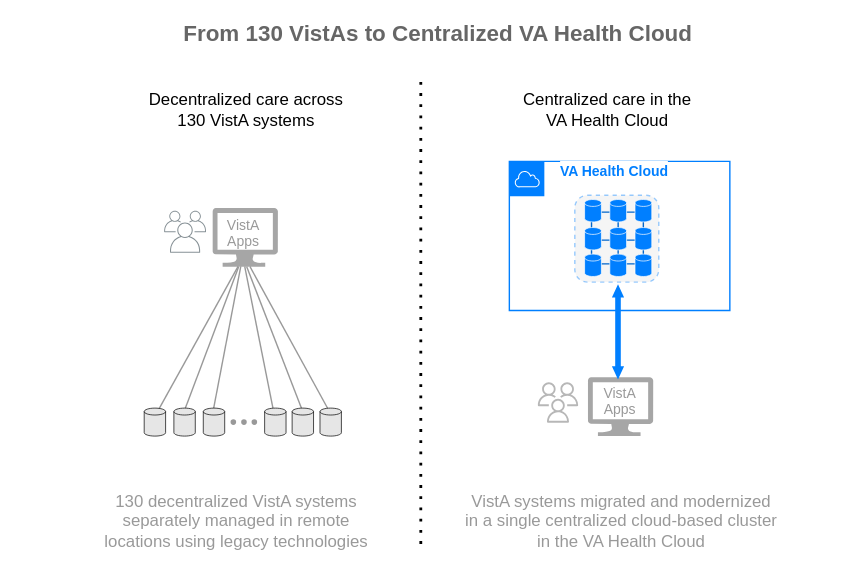
Above: img/vista-to-vaec-4.svg in cloudvista/vaa (draw.io), before the change. Source tidied: cells renumbered, new cells last; positions are measured from the earlier drawing's top-left corner, leaving out a move shared by most shapes. The source it was exported from:
```xml
<mxGraphModel>
  <root>
    <mxCell id="0" />
    <mxCell id="1" parent="0" />
    <mxCell id="2" style="rounded=0;whiteSpace=wrap;html=1;fontColor=#0066CC;strokeColor=none;" parent="1" vertex="1">
      <mxGeometry width="600" height="418" as="geometry" />
    </mxCell>
    <mxCell id="3" style="endArrow=none;html=1;strokeColor=#999999;exitX=0.49;exitY=0.193;exitDx=0;exitDy=0;exitPerimeter=0;" parent="1" edge="1" source="33">
      <mxGeometry relative="1" as="geometry">
        <mxPoint x="178" y="190" as="targetPoint" />
      </mxGeometry>
    </mxCell>
    <mxCell id="4" style="endArrow=none;html=1;strokeColor=#999999;exitX=0.615;exitY=0.132;exitDx=0;exitDy=0;exitPerimeter=0;" parent="1" edge="1" source="20">
      <mxGeometry relative="1" as="geometry">
        <mxPoint x="169.4" y="190" as="targetPoint" />
      </mxGeometry>
    </mxCell>
    <mxCell id="5" style="endArrow=none;html=1;strokeColor=#999999;exitX=0.472;exitY=0.132;exitDx=0;exitDy=0;exitPerimeter=0;" parent="1" edge="1" source="18">
      <mxGeometry relative="1" as="geometry">
        <mxPoint x="169.9" y="190" as="targetPoint" />
      </mxGeometry>
    </mxCell>
    <mxCell id="6" style="endArrow=none;html=1;exitX=0.47;exitY=0.063;exitDx=0;exitDy=0;exitPerimeter=0;strokeColor=#999999;" parent="1" edge="1" source="19">
      <mxGeometry relative="1" as="geometry">
        <mxPoint x="171.4" y="190" as="targetPoint" />
      </mxGeometry>
    </mxCell>
    <mxCell id="7" style="endArrow=none;html=1;strokeColor=#999999;exitX=0.428;exitY=0.156;exitDx=0;exitDy=0;exitPerimeter=0;" parent="1" edge="1" source="21">
      <mxGeometry relative="1" as="geometry">
        <mxPoint x="174.2" y="190" as="targetPoint" />
      </mxGeometry>
    </mxCell>
    <mxCell id="8" style="endArrow=none;html=1;strokeColor=#999999;exitX=0.463;exitY=0.063;exitDx=0;exitDy=0;exitPerimeter=0;" parent="1" edge="1" source="22">
      <mxGeometry relative="1" as="geometry">
        <mxPoint x="175.7" y="190" as="targetPoint" />
      </mxGeometry>
    </mxCell>
    <mxCell id="9" style="endArrow=none;dashed=1;html=1;dashPattern=1 3;strokeWidth=2;" parent="1" edge="1">
      <mxGeometry relative="1" as="geometry">
        <mxPoint x="300" y="388" as="sourcePoint" />
        <mxPoint x="300" y="58" as="targetPoint" />
      </mxGeometry>
    </mxCell>
    <mxCell id="10" value="&lt;font color=&quot;#666666&quot; style=&quot;font-size: 16px;&quot;&gt;&lt;b style=&quot;&quot;&gt;From 130 VistAs to&amp;nbsp;Centralized VA Health Cloud&lt;/b&gt;&lt;/font&gt;" style="text;html=1;align=center;verticalAlign=middle;strokeColor=none;fillColor=none;" parent="1" vertex="1">
      <mxGeometry x="116.6" y="8" width="390" height="30" as="geometry" />
    </mxCell>
    <mxCell id="11" value="Centralized care in the&lt;br&gt;VA Health Cloud" style="text;html=1;align=center;verticalAlign=middle;strokeColor=none;fillColor=none;" parent="1" vertex="1">
      <mxGeometry x="363.2" y="58" width="140" height="40" as="geometry" />
    </mxCell>
    <mxCell id="12" style="sketch=0;shadow=0;dashed=0;html=1;strokeColor=none;labelPosition=center;verticalLabelPosition=bottom;verticalAlign=top;align=center;fillColor=#808080;shape=mxgraph.azure.computer;strokeWidth=2;opacity=70;" parent="1" vertex="1">
      <mxGeometry x="419.3" y="269" width="46.7" height="42" as="geometry" />
    </mxCell>
    <mxCell id="13" style="sketch=0;fontColor=#232F3E;gradientColor=none;strokeColor=#999999;fillColor=#ffffff;dashed=0;verticalLabelPosition=bottom;verticalAlign=top;align=center;html=1;fontSize=12;fontStyle=0;shape=mxgraph.aws4.resourceIcon;resIcon=mxgraph.aws4.users;strokeWidth=2;opacity=70;" parent="1" vertex="1">
      <mxGeometry x="380" y="269" width="36" height="36" as="geometry" />
    </mxCell>
    <mxCell id="14" value="&lt;font color=&quot;#999999&quot;&gt;VistA&lt;br style=&quot;font-size: 10px;&quot;&gt;Apps&lt;/font&gt;" style="text;html=1;align=center;verticalAlign=middle;strokeColor=none;fillColor=none;fontSize=10;" parent="1" vertex="1">
      <mxGeometry x="417" y="266" width="50" height="40" as="geometry" />
    </mxCell>
    <mxCell id="15" value="Decentralized care across &lt;br&gt;130 VistA systems&lt;br&gt;" style="text;html=1;align=center;verticalAlign=middle;strokeColor=none;fillColor=none;" parent="1" vertex="1">
      <mxGeometry x="94.6" y="58" width="160" height="40" as="geometry" />
    </mxCell>
    <mxCell id="16" style="shape=flexArrow;endArrow=classic;startArrow=classic;html=1;endWidth=3.7288135593220337;endSize=2.8084745762711862;startWidth=3.7288135593220337;startSize=2.8084745762711862;width=4;fillColor=#007FFF;strokeColor=none;" parent="1" edge="1">
      <mxGeometry relative="1" as="geometry">
        <mxPoint x="440.9" y="271" as="sourcePoint" />
        <mxPoint x="440.9" y="202" as="targetPoint" />
      </mxGeometry>
    </mxCell>
    <mxCell id="17" value="&lt;font color=&quot;#999999&quot;&gt;VistA&lt;br&gt;Apps&lt;/font&gt;" style="text;html=1;align=center;verticalAlign=middle;strokeColor=none;fillColor=none;fontSize=10;" parent="1" vertex="1">
      <mxGeometry x="147.6" y="146" width="50" height="40" as="geometry" />
    </mxCell>
    <mxCell id="18" style="shape=cylinder3;whiteSpace=wrap;html=1;boundedLbl=1;backgroundOutline=1;size=2.4705882352940876;strokeColor=#000000;strokeWidth=0.5;fillColor=#E6E6E6;gradientColor=none;" parent="1" vertex="1">
      <mxGeometry x="123.6" y="291" width="15.3" height="20" as="geometry" />
    </mxCell>
    <mxCell id="19" style="shape=cylinder3;whiteSpace=wrap;html=1;boundedLbl=1;backgroundOutline=1;size=2.4705882352940876;strokeColor=#000000;strokeWidth=0.5;fillColor=#E6E6E6;gradientColor=none;" parent="1" vertex="1">
      <mxGeometry x="144.6" y="291" width="15.3" height="20" as="geometry" />
    </mxCell>
    <mxCell id="20" style="shape=cylinder3;whiteSpace=wrap;html=1;boundedLbl=1;backgroundOutline=1;size=2.4705882352940876;strokeColor=#000000;strokeWidth=0.5;fillColor=#E6E6E6;gradientColor=none;" parent="1" vertex="1">
      <mxGeometry x="102.4" y="291" width="15.3" height="20" as="geometry" />
    </mxCell>
    <mxCell id="21" style="shape=cylinder3;whiteSpace=wrap;html=1;boundedLbl=1;backgroundOutline=1;size=2.4705882352940876;strokeColor=#000000;strokeWidth=0.5;fillColor=#E6E6E6;gradientColor=none;" parent="1" vertex="1">
      <mxGeometry x="188.4" y="291" width="15.3" height="20" as="geometry" />
    </mxCell>
    <mxCell id="22" style="shape=cylinder3;whiteSpace=wrap;html=1;boundedLbl=1;backgroundOutline=1;size=2.4705882352940876;strokeColor=#000000;strokeWidth=0.5;fillColor=#E6E6E6;gradientColor=none;" parent="1" vertex="1">
      <mxGeometry x="208.1" y="291" width="15.3" height="20" as="geometry" />
    </mxCell>
    <mxCell id="23" value="130 decentralized VistA systems&lt;br&gt;separately managed in remote&lt;br&gt;locations using legacy technologies" style="text;html=1;align=center;verticalAlign=middle;strokeColor=none;fillColor=none;fontColor=#999999;" parent="1" vertex="1">
      <mxGeometry x="62.9" y="342" width="210" height="60" as="geometry" />
    </mxCell>
    <mxCell id="24" value="VistA systems migrated and modernized&lt;br&gt;in a single centralized cloud-based cluster&lt;br&gt;in the VA Health Cloud" style="text;html=1;align=center;verticalAlign=middle;strokeColor=none;fillColor=none;fontColor=#999999;" parent="1" vertex="1">
      <mxGeometry x="317.7" y="342" width="250" height="60" as="geometry" />
    </mxCell>
    <mxCell id="25" style="group;" parent="1" vertex="1">
      <mxGeometry x="164.1" y="299" width="19" height="4" as="geometry" />
    </mxCell>
    <mxCell id="26" style="ellipse;whiteSpace=wrap;html=1;fillColor=#999999;strokeColor=none;" parent="25" vertex="1">
      <mxGeometry width="4" height="4" as="geometry" />
    </mxCell>
    <mxCell id="27" style="ellipse;whiteSpace=wrap;html=1;fillColor=#999999;strokeColor=none;" parent="25" vertex="1">
      <mxGeometry x="7.6" width="4" height="4" as="geometry" />
    </mxCell>
    <mxCell id="28" style="ellipse;whiteSpace=wrap;html=1;fillColor=#999999;strokeColor=none;" parent="25" vertex="1">
      <mxGeometry x="15" width="4" height="4" as="geometry" />
    </mxCell>
    <mxCell id="29" style="sketch=0;gradientColor=none;fontColor=#545B64;strokeColor=none;fillColor=#879196;dashed=0;verticalLabelPosition=bottom;verticalAlign=top;align=center;html=1;fontSize=12;fontStyle=0;shape=mxgraph.aws4.illustration_users;" parent="1" vertex="1">
      <mxGeometry x="116.6" y="150" width="30" height="30" as="geometry" />
    </mxCell>
    <mxCell id="30" style="gradientColor=none;html=1;whiteSpace=wrap;fontSize=12;fontStyle=0;shape=mxgraph.aws4.group;grIcon=mxgraph.aws4.group_aws_cloud;strokeColor=#007FFF;fillColor=none;verticalAlign=top;align=left;spacingLeft=30;fontColor=#232F3E;dashed=0;" parent="1" vertex="1">
      <mxGeometry x="363.2" y="114.8" width="157.5" height="106.5" as="geometry" />
    </mxCell>
    <mxCell id="31" value="&lt;b&gt;&lt;font color=&quot;#007fff&quot; style=&quot;font-size: 10px;&quot;&gt;VA Health Cloud&lt;/font&gt;&lt;/b&gt;" style="text;html=1;align=center;verticalAlign=middle;strokeColor=none;fillColor=none;fontColor=#0066CC;labelBackgroundColor=default;" parent="30" vertex="1">
      <mxGeometry x="25" y="-7.8" width="100" height="30" as="geometry" />
    </mxCell>
    <mxCell id="32" style="sketch=0;shadow=0;dashed=0;html=1;strokeColor=none;labelPosition=center;verticalLabelPosition=bottom;verticalAlign=top;align=center;fillColor=#808080;shape=mxgraph.azure.computer;strokeWidth=2;opacity=70;" parent="1" vertex="1">
      <mxGeometry x="151.3" y="148" width="46.7" height="42" as="geometry" />
    </mxCell>
    <mxCell id="33" style="shape=cylinder3;whiteSpace=wrap;html=1;boundedLbl=1;backgroundOutline=1;size=2.4705882352940876;strokeColor=#000000;strokeWidth=0.5;fillColor=#E6E6E6;gradientColor=none;" parent="1" vertex="1">
      <mxGeometry x="228" y="291" width="15.3" height="20" as="geometry" />
    </mxCell>
    <mxCell id="34" style="group;" parent="1" vertex="1">
      <mxGeometry x="410" y="139" width="60" height="62" as="geometry" />
    </mxCell>
    <mxCell id="35" style="rounded=1;whiteSpace=wrap;html=1;strokeColor=#007FFF;fontColor=#999999;fillColor=#E6E6E6;opacity=40;dashed=1;" parent="34" vertex="1">
      <mxGeometry width="60" height="62" as="geometry" />
    </mxCell>
    <mxCell id="36" style="endArrow=none;html=1;fontColor=#999999;strokeColor=#0066CC;strokeWidth=1;" parent="34" edge="1">
      <mxGeometry relative="1" as="geometry">
        <mxPoint x="12" y="46" as="sourcePoint" />
        <mxPoint x="12" y="16" as="targetPoint" />
      </mxGeometry>
    </mxCell>
    <mxCell id="37" style="endArrow=none;html=1;fontColor=#999999;strokeColor=#0066CC;strokeWidth=1;" parent="34" edge="1">
      <mxGeometry relative="1" as="geometry">
        <mxPoint x="31" y="49" as="sourcePoint" />
        <mxPoint x="31" y="19" as="targetPoint" />
      </mxGeometry>
    </mxCell>
    <mxCell id="38" style="endArrow=none;html=1;fontColor=#999999;strokeColor=#0066CC;strokeWidth=1;" parent="34" edge="1">
      <mxGeometry relative="1" as="geometry">
        <mxPoint x="49" y="47" as="sourcePoint" />
        <mxPoint x="49" y="17" as="targetPoint" />
      </mxGeometry>
    </mxCell>
    <mxCell id="39" style="endArrow=none;html=1;fontColor=#999999;strokeColor=#0066CC;strokeWidth=1;" parent="34" edge="1">
      <mxGeometry relative="1" as="geometry">
        <mxPoint x="16" y="12" as="sourcePoint" />
        <mxPoint x="46" y="12" as="targetPoint" />
      </mxGeometry>
    </mxCell>
    <mxCell id="40" style="shape=cylinder3;whiteSpace=wrap;html=1;boundedLbl=1;backgroundOutline=1;size=2.4705882352940876;strokeColor=#FFFFFF;strokeWidth=0.5;fillColor=#007FFF;gradientColor=none;" parent="34" vertex="1">
      <mxGeometry x="7" y="3" width="12" height="16" as="geometry" />
    </mxCell>
    <mxCell id="41" style="shape=cylinder3;whiteSpace=wrap;html=1;boundedLbl=1;backgroundOutline=1;size=2.4705882352940876;strokeColor=#FFFFFF;strokeWidth=0.5;fillColor=#007FFF;gradientColor=none;" parent="34" vertex="1">
      <mxGeometry x="25" y="3" width="12" height="16" as="geometry" />
    </mxCell>
    <mxCell id="42" style="shape=cylinder3;whiteSpace=wrap;html=1;boundedLbl=1;backgroundOutline=1;size=2.4705882352940876;strokeColor=#FFFFFF;strokeWidth=0.5;fillColor=#007FFF;gradientColor=none;" parent="34" vertex="1">
      <mxGeometry x="43" y="3" width="12" height="16" as="geometry" />
    </mxCell>
    <mxCell id="43" style="endArrow=none;html=1;fontColor=#999999;strokeColor=#0066CC;strokeWidth=1;" parent="34" edge="1">
      <mxGeometry relative="1" as="geometry">
        <mxPoint x="16" y="32" as="sourcePoint" />
        <mxPoint x="46" y="32" as="targetPoint" />
      </mxGeometry>
    </mxCell>
    <mxCell id="44" style="shape=cylinder3;whiteSpace=wrap;html=1;boundedLbl=1;backgroundOutline=1;size=2.4705882352940876;strokeColor=#FFFFFF;strokeWidth=0.5;fillColor=#007FFF;gradientColor=none;" parent="34" vertex="1">
      <mxGeometry x="7" y="23" width="12" height="16" as="geometry" />
    </mxCell>
    <mxCell id="45" style="shape=cylinder3;whiteSpace=wrap;html=1;boundedLbl=1;backgroundOutline=1;size=2.4705882352940876;strokeColor=#FFFFFF;strokeWidth=0.5;fillColor=#007FFF;gradientColor=none;" parent="34" vertex="1">
      <mxGeometry x="25" y="23" width="12" height="16" as="geometry" />
    </mxCell>
    <mxCell id="46" style="shape=cylinder3;whiteSpace=wrap;html=1;boundedLbl=1;backgroundOutline=1;size=2.4705882352940876;strokeColor=#FFFFFF;strokeWidth=0.5;fillColor=#007FFF;gradientColor=none;" parent="34" vertex="1">
      <mxGeometry x="43" y="23" width="12" height="16" as="geometry" />
    </mxCell>
    <mxCell id="47" style="endArrow=none;html=1;fontColor=#999999;strokeColor=#0066CC;strokeWidth=1;" parent="34" edge="1">
      <mxGeometry relative="1" as="geometry">
        <mxPoint x="16" y="49" as="sourcePoint" />
        <mxPoint x="46" y="49" as="targetPoint" />
      </mxGeometry>
    </mxCell>
    <mxCell id="48" style="shape=cylinder3;whiteSpace=wrap;html=1;boundedLbl=1;backgroundOutline=1;size=2.4705882352940876;strokeColor=#FFFFFF;strokeWidth=0.5;fillColor=#007FFF;gradientColor=none;" parent="34" vertex="1">
      <mxGeometry x="7" y="42" width="12" height="16" as="geometry" />
    </mxCell>
    <mxCell id="49" style="shape=cylinder3;whiteSpace=wrap;html=1;boundedLbl=1;backgroundOutline=1;size=2.4705882352940876;strokeColor=#FFFFFF;strokeWidth=0.5;fillColor=#007FFF;gradientColor=none;" parent="34" vertex="1">
      <mxGeometry x="25" y="42" width="12" height="16" as="geometry" />
    </mxCell>
    <mxCell id="50" style="shape=cylinder3;whiteSpace=wrap;html=1;boundedLbl=1;backgroundOutline=1;size=2.4705882352940876;strokeColor=#FFFFFF;strokeWidth=0.5;fillColor=#007FFF;gradientColor=none;" parent="34" vertex="1">
      <mxGeometry x="43" y="42" width="12" height="16" as="geometry" />
    </mxCell>
  </root>
</mxGraphModel>
```
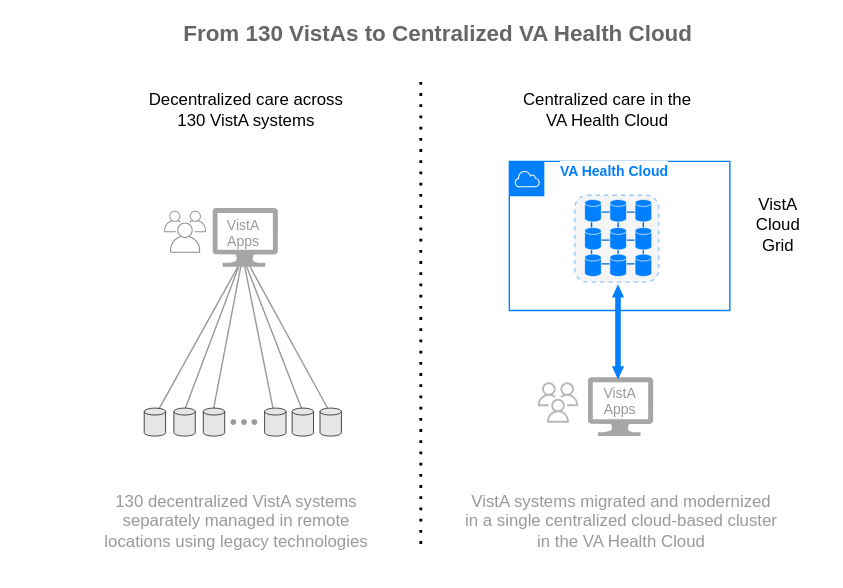
The same diagram one commit later.

What changed in the source:
```diff
@@ -185,5 +185,8 @@
     <mxCell id="50" style="shape=cylinder3;whiteSpace=wrap;html=1;boundedLbl=1;backgroundOutline=1;size=2.4705882352940876;strokeColor=#FFFFFF;strokeWidth=0.5;fillColor=#007FFF;gradientColor=none;" parent="34" vertex="1">
       <mxGeometry x="43" y="42" width="12" height="16" as="geometry" />
     </mxCell>
+    <mxCell id="51" value="VistA&lt;br&gt;Cloud&lt;br&gt;Grid" style="text;html=1;align=center;verticalAlign=middle;strokeColor=none;fillColor=none;" parent="1" vertex="1">
+      <mxGeometry x="530" y="130" width="50" height="60" as="geometry" />
+    </mxCell>
   </root>
 </mxGraphModel>
```
